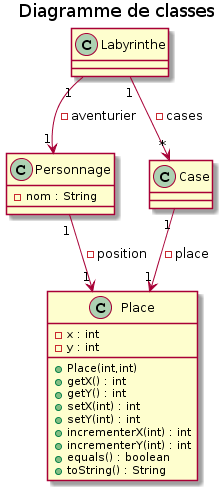
pa1007/Zeldiablo keeps this PlantUML diagram as documents/version_1/Diagramme_Classe_Avec_Fonctionalité.png. Above is the earlier version. Source of this version:
```plantuml
@startuml
title Diagramme de classes

class Personnage{
- nom : String
}

class Labyrinthe{

}

class Case{

}


class Place{
- x : int
- y : int
+Place(int,int)
+ getX() : int
+ getY() : int
+ setX(int) : int
+ setY(int) : int
+ incrementerX(int) : int
+ incrementerY(int) : int
+ equals() : boolean
+ toString() : String
}

Labyrinthe "1" --> "*" Case : - cases

Case "1" --> "1" Place : - place

Personnage "1" --> "1" Place : - position

Labyrinthe "1" --> "1" Personnage : - aventurier
@enduml
```
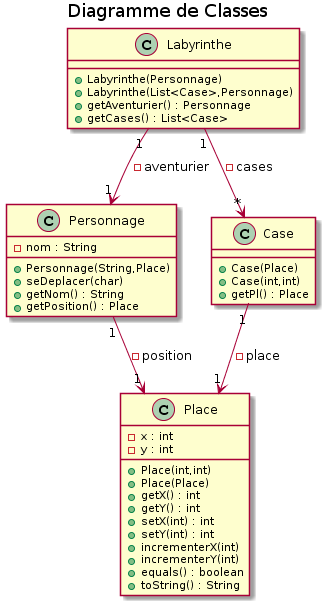
The same diagram one commit later.

Commit message:
Update Diagramme de Classes

The edit, as a diff of the source:
```diff
@@ -1,16 +1,28 @@
 @startuml
-title Diagramme de classes
+title Diagramme de Classes
 
 class Personnage{
 - nom : String
+
++ Personnage(String,Place)
++ seDeplacer(char)
++ getNom() : String
++ getPosition() : Place
 }
 
 class Labyrinthe{
 
++ Labyrinthe(Personnage)
++ Labyrinthe(List<Case>,Personnage)
++ getAventurier() : Personnage
++ getCases() : List<Case>
 }
 
 class Case{
 
++ Case(Place)
++ Case(int,int)
++ getPl() : Place
 }
 
 
@@ -18,12 +30,13 @@
 - x : int
 - y : int
 +Place(int,int)
++Place(Place)
 + getX() : int
 + getY() : int
 + setX(int) : int
 + setY(int) : int
-+ incrementerX(int) : int
-+ incrementerY(int) : int
++ incrementerX(int)
++ incrementerY(int)
 + equals() : boolean
 + toString() : String
 }
```
